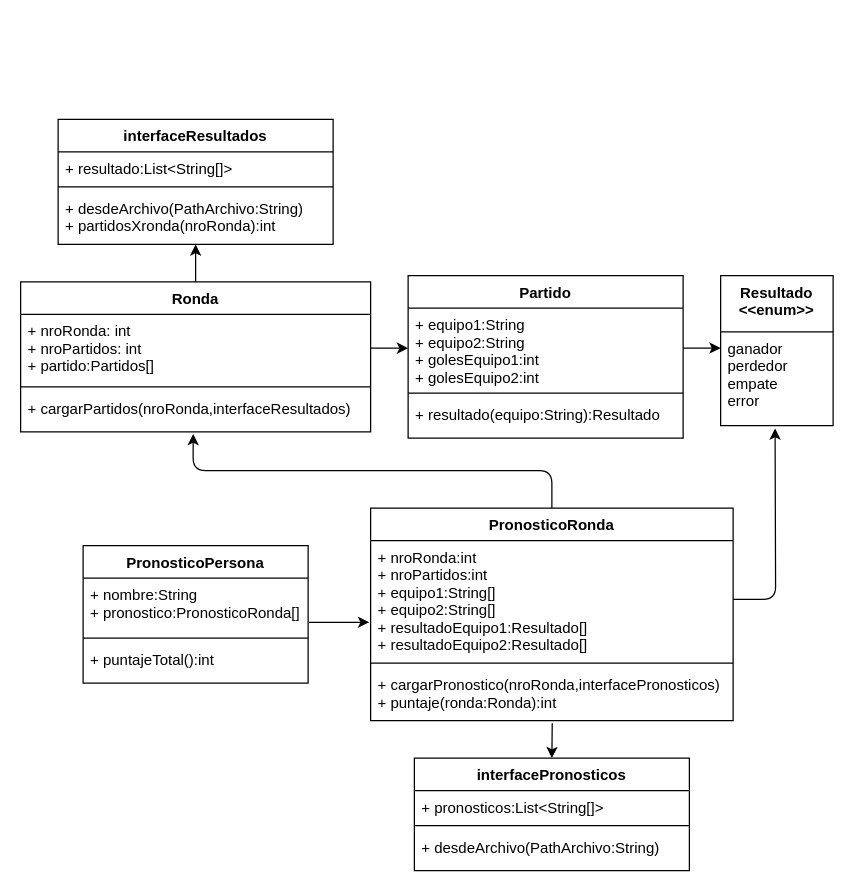
Earlier version of the draw.io diagram especificaciones/Diagrama adaptado.drawio (DogtorColmillo/Trabajo-Integrador). Source tidied: cells renumbered, new cells numbered last; positions are measured from the earlier drawing's top-left corner, leaving out a move shared by most shapes. Both pictures are drawn from the tidied source at 125%, with x=0, y=0 at pixel (20, 119).
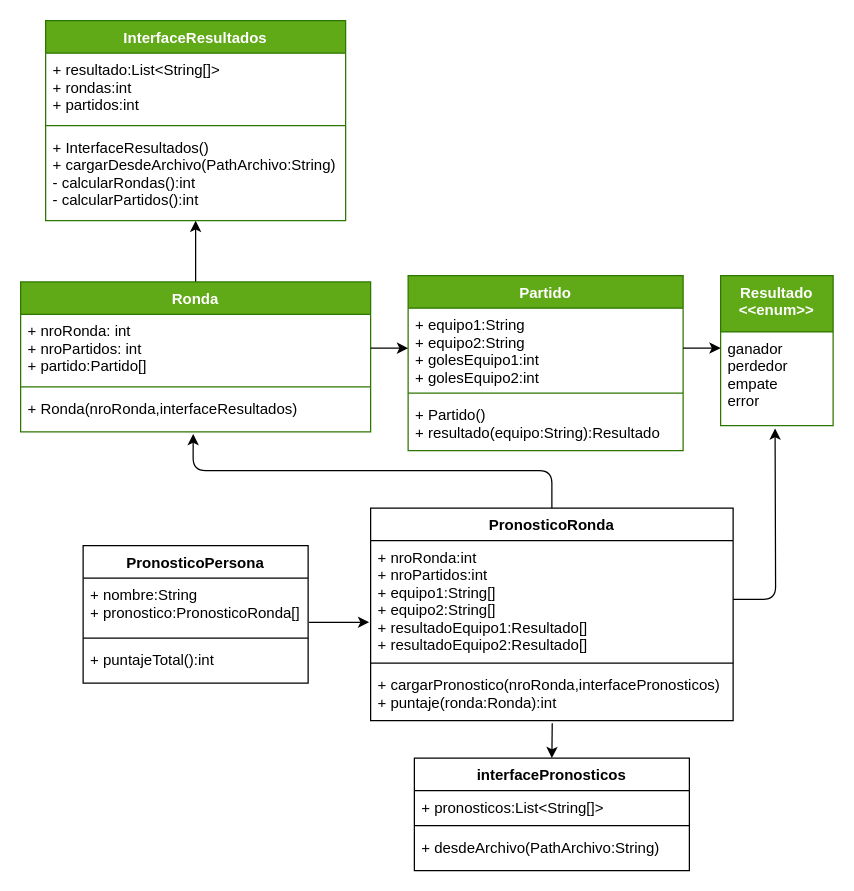
After the change.

The edit, as a diff of the source:
```diff
@@
-    <mxCell id="3" value="Ronda" style="swimlane;fontStyle=1;align=center;verticalAlign=top;horizontal=1;startSize=26;" parent="1" vertex="1">
+    <mxCell id="3" value="Ronda" style="swimlane;fontStyle=1;align=center;verticalAlign=top;horizontal=1;startSize=26;fillColor=#60a917;fontColor=#ffffff;strokeColor=#2D7600;" parent="1" vertex="1">
       <mxGeometry y="130" width="280" height="120" as="geometry" />
     </mxCell>
-    <mxCell id="4" value="+ nroRonda: int&#10;+ nroPartidos: int&#10;+ partido:Partidos[]" style="text;strokeColor=none;fillColor=none;align=left;verticalAlign=top;spacingLeft=4;spacingRight=4;overflow=hidden;points=[[0,0.5],[1,0.5]];portConstraint=eastwest;" parent="3" vertex="1">
+    <mxCell id="4" value="+ nroRonda: int&#10;+ nroPartidos: int&#10;+ partido:Partido[]" style="text;strokeColor=none;fillColor=none;align=left;verticalAlign=top;spacingLeft=4;spacingRight=4;overflow=hidden;points=[[0,0.5],[1,0.5]];portConstraint=eastwest;" parent="3" vertex="1">
       <mxGeometry y="26" width="280" height="54" as="geometry" />
     </mxCell>
@@
-    <mxCell id="6" value="+ cargarPartidos(nroRonda,interfaceResultados)" style="text;strokeColor=none;fillColor=none;align=left;verticalAlign=top;spacingLeft=4;spacingRight=4;overflow=hidden;points=[[0,0.5],[1,0.5]];portConstraint=eastwest;" parent="3" vertex="1">
+    <mxCell id="6" value="+ Ronda(nroRonda,interfaceResultados)" style="text;strokeColor=none;fillColor=none;align=left;verticalAlign=top;spacingLeft=4;spacingRight=4;overflow=hidden;points=[[0,0.5],[1,0.5]];portConstraint=eastwest;" parent="3" vertex="1">
       <mxGeometry y="88" width="280" height="32" as="geometry" />
     </mxCell>
-    <mxCell id="7" value="interfaceResultados" style="swimlane;fontStyle=1;align=center;verticalAlign=top;horizontal=1;startSize=26;" parent="1" vertex="1">
-      <mxGeometry x="30" width="220" height="100" as="geometry" />
+    <mxCell id="7" value="InterfaceResultados" style="swimlane;fontStyle=1;align=center;verticalAlign=top;horizontal=1;startSize=26;fillColor=#60a917;fontColor=#ffffff;strokeColor=#2D7600;" parent="1" vertex="1">
+      <mxGeometry x="20" y="-79" width="240" height="160" as="geometry" />
     </mxCell>
-    <mxCell id="8" value="+ resultado:List&lt;String[]&gt;" style="text;strokeColor=none;fillColor=none;align=left;verticalAlign=top;spacingLeft=4;spacingRight=4;overflow=hidden;" parent="7" vertex="1">
-      <mxGeometry y="26" width="220" height="24" as="geometry" />
+    <mxCell id="8" value="+ resultado:List&lt;String[]&gt;&#10;+ rondas:int&#10;+ partidos:int" style="text;strokeColor=none;fillColor=none;align=left;verticalAlign=top;spacingLeft=4;spacingRight=4;overflow=hidden;" parent="7" vertex="1">
+      <mxGeometry y="26" width="240" height="54" as="geometry" />
     </mxCell>
     <mxCell id="9" style="line;strokeWidth=1;fillColor=none;align=left;verticalAlign=middle;spacingTop=-1;spacingLeft=3;spacingRight=3;labelPosition=right;strokeColor=inherit;" parent="7" vertex="1">
-      <mxGeometry y="50" width="220" height="8" as="geometry" />
+      <mxGeometry y="80" width="240" height="8" as="geometry" />
     </mxCell>
-    <mxCell id="10" value="+ desdeArchivo(PathArchivo:String)&#10;+ partidosXronda(nroRonda):int" style="text;strokeColor=none;fillColor=none;align=left;verticalAlign=top;spacingLeft=4;spacingRight=4;overflow=hidden;points=[[0,0.5],[1,0.5]];portConstraint=eastwest;" parent="7" vertex="1">
-      <mxGeometry y="58" width="220" height="42" as="geometry" />
+    <mxCell id="10" value="+ InterfaceResultados()&#10;+ cargarDesdeArchivo(PathArchivo:String)&#10;- calcularRondas():int&#10;- calcularPartidos():int" style="text;strokeColor=none;fillColor=none;align=left;verticalAlign=top;spacingLeft=4;spacingRight=4;overflow=hidden;points=[[0,0.5],[1,0.5]];portConstraint=eastwest;" parent="7" vertex="1">
+      <mxGeometry y="88" width="240" height="72" as="geometry" />
     </mxCell>
-    <mxCell id="11" value="Partido" style="swimlane;fontStyle=1;align=center;verticalAlign=top;horizontal=1;startSize=26;" parent="1" vertex="1">
-      <mxGeometry x="310" y="125" width="220" height="130" as="geometry" />
+    <mxCell id="11" value="Partido" style="swimlane;fontStyle=1;align=center;verticalAlign=top;horizontal=1;startSize=26;fillColor=#60a917;fontColor=#ffffff;strokeColor=#2D7600;" parent="1" vertex="1">
+      <mxGeometry x="310" y="125" width="220" height="140" as="geometry" />
     </mxCell>
@@
-    <mxCell id="14" value="+ resultado(equipo:String):Resultado" style="text;strokeColor=none;fillColor=none;align=left;verticalAlign=top;spacingLeft=4;spacingRight=4;overflow=hidden;" parent="11" vertex="1">
-      <mxGeometry y="98" width="220" height="32" as="geometry" />
+    <mxCell id="14" value="+ Partido()&#10;+ resultado(equipo:String):Resultado" style="text;strokeColor=none;fillColor=none;align=left;verticalAlign=top;spacingLeft=4;spacingRight=4;overflow=hidden;" parent="11" vertex="1">
+      <mxGeometry y="98" width="220" height="42" as="geometry" />
     </mxCell>
@@
-    <mxCell id="16" value="Resultado&#10;&lt;&lt;enum&gt;&gt;" style="swimlane;fontStyle=1;align=center;verticalAlign=top;horizontal=1;startSize=45;" parent="1" vertex="1">
+    <mxCell id="16" value="Resultado&#10;&lt;&lt;enum&gt;&gt;" style="swimlane;fontStyle=1;align=center;verticalAlign=top;horizontal=1;startSize=45;fillColor=#60a917;fontColor=#ffffff;strokeColor=#2D7600;" parent="1" vertex="1">
       <mxGeometry x="560" y="125" width="90" height="120" as="geometry" />
     </mxCell>
```
